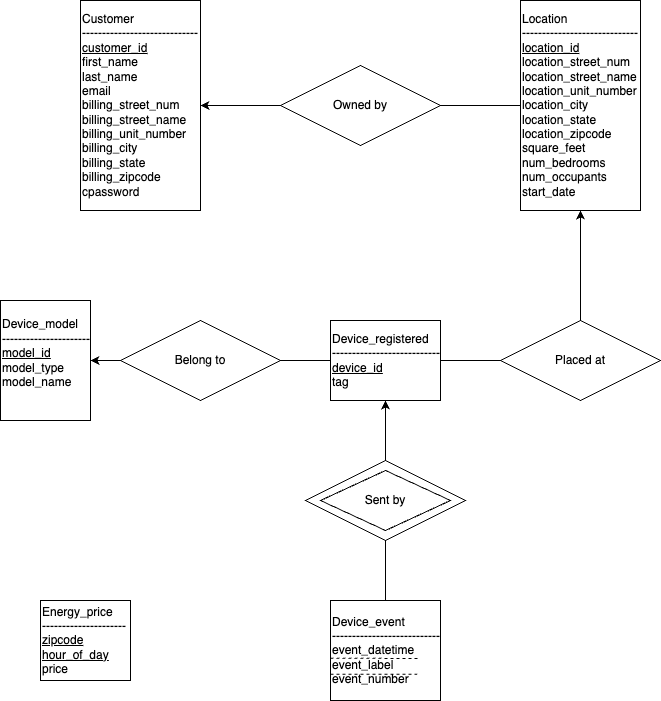
Above: ER-Grams/ER.drawio.png in Wiliiam-RWL/SHEMS (draw.io), before the change. Source tidied: cells renumbered, new cells last; positions are measured from the earlier drawing's top-left corner, leaving out a move shared by most shapes.
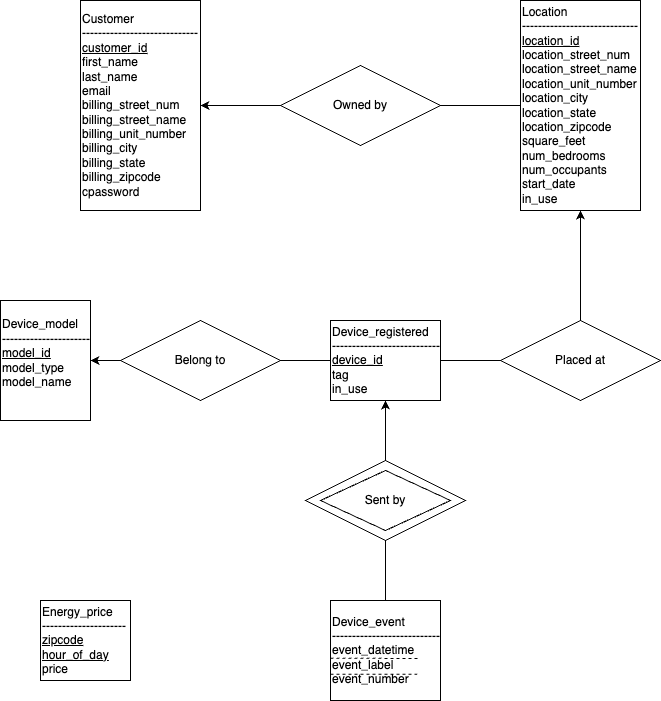
After the change.

The edit, as a diff of the source:
```diff
@@ -5,13 +5,13 @@
     <mxCell id="2" value="&lt;div style=&quot;&quot;&gt;&lt;span style=&quot;background-color: initial;&quot;&gt;Customer&lt;/span&gt;&lt;/div&gt;&lt;div style=&quot;&quot;&gt;&lt;span style=&quot;background-color: initial;&quot;&gt;-----------------------------&lt;/span&gt;&lt;/div&gt;&lt;u&gt;&lt;div style=&quot;&quot;&gt;&lt;u style=&quot;background-color: initial;&quot;&gt;customer_id&lt;/u&gt;&lt;/div&gt;&lt;/u&gt;&lt;div style=&quot;&quot;&gt;&lt;span style=&quot;background-color: initial;&quot;&gt;first_name&lt;/span&gt;&lt;/div&gt;&lt;div style=&quot;&quot;&gt;&lt;span style=&quot;background-color: initial;&quot;&gt;last_name&lt;/span&gt;&lt;/div&gt;&lt;div style=&quot;&quot;&gt;&lt;span style=&quot;background-color: initial;&quot;&gt;email&lt;/span&gt;&lt;/div&gt;&lt;div style=&quot;&quot;&gt;&lt;span style=&quot;background-color: initial;&quot;&gt;billing_street_num&lt;/span&gt;&lt;/div&gt;&lt;div style=&quot;&quot;&gt;&lt;span style=&quot;background-color: initial;&quot;&gt;billing_street_name&lt;/span&gt;&lt;/div&gt;&lt;div style=&quot;&quot;&gt;&lt;span style=&quot;background-color: initial;&quot;&gt;billing_unit_number&lt;/span&gt;&lt;/div&gt;&lt;div style=&quot;&quot;&gt;&lt;span style=&quot;background-color: initial;&quot;&gt;billing_city&lt;/span&gt;&lt;/div&gt;&lt;div style=&quot;&quot;&gt;&lt;span style=&quot;background-color: initial;&quot;&gt;billing_state&lt;/span&gt;&lt;/div&gt;&lt;div style=&quot;&quot;&gt;&lt;span style=&quot;background-color: initial;&quot;&gt;billing_zipcode&lt;/span&gt;&lt;/div&gt;&lt;div style=&quot;&quot;&gt;&lt;span style=&quot;background-color: initial;&quot;&gt;cpassword&lt;/span&gt;&lt;/div&gt;" style="rounded=0;whiteSpace=wrap;html=1;align=left;" parent="1" vertex="1">
       <mxGeometry x="80" width="120" height="210" as="geometry" />
     </mxCell>
-    <mxCell id="3" value="Location&lt;br&gt;-----------------------------&lt;br&gt;&lt;u&gt;location_id&lt;/u&gt;&lt;br&gt;location_street_num&lt;br&gt;location_street_name&lt;br&gt;location_unit_number&lt;br&gt;location_city&lt;br&gt;location_state&lt;br&gt;location_zipcode&lt;br&gt;square_feet&lt;br&gt;num_bedrooms&lt;br&gt;num_occupants&lt;br&gt;start_date" style="rounded=0;whiteSpace=wrap;html=1;align=left;" parent="1" vertex="1">
+    <mxCell id="3" value="Location&lt;br&gt;-----------------------------&lt;br&gt;&lt;u&gt;location_id&lt;/u&gt;&lt;br&gt;location_street_num&lt;br&gt;location_street_name&lt;br&gt;location_unit_number&lt;br&gt;location_city&lt;br&gt;location_state&lt;br&gt;location_zipcode&lt;br&gt;square_feet&lt;br&gt;num_bedrooms&lt;br&gt;num_occupants&lt;br&gt;start_date&lt;br&gt;in_use" style="rounded=0;whiteSpace=wrap;html=1;align=left;" parent="1" vertex="1">
       <mxGeometry x="520" width="120" height="210" as="geometry" />
     </mxCell>
     <mxCell id="4" value="&lt;div style=&quot;&quot;&gt;Device_model&lt;/div&gt;&lt;div style=&quot;&quot;&gt;&lt;span style=&quot;background-color: initial;&quot;&gt;----------------------&lt;/span&gt;&lt;/div&gt;&lt;div style=&quot;text-decoration-line: underline;&quot;&gt;model_id&lt;/div&gt;&lt;div style=&quot;&quot;&gt;model_type&lt;/div&gt;&lt;div style=&quot;&quot;&gt;model_name&lt;/div&gt;&lt;div style=&quot;&quot;&gt;&lt;br&gt;&lt;/div&gt;" style="rounded=0;whiteSpace=wrap;html=1;align=left;" parent="1" vertex="1">
       <mxGeometry y="300" width="90" height="120" as="geometry" />
     </mxCell>
-    <mxCell id="5" value="&lt;div style=&quot;&quot;&gt;Device_registered&lt;/div&gt;&lt;div style=&quot;&quot;&gt;&lt;span style=&quot;background-color: initial;&quot;&gt;---------------------------&lt;/span&gt;&lt;/div&gt;&lt;div style=&quot;text-decoration-line: underline;&quot;&gt;device_id&lt;/div&gt;&lt;div style=&quot;&quot;&gt;tag&lt;/div&gt;" style="rounded=0;whiteSpace=wrap;html=1;align=left;" parent="1" vertex="1">
+    <mxCell id="5" value="&lt;div style=&quot;&quot;&gt;Device_registered&lt;/div&gt;&lt;div style=&quot;&quot;&gt;&lt;span style=&quot;background-color: initial;&quot;&gt;---------------------------&lt;/span&gt;&lt;/div&gt;&lt;div style=&quot;text-decoration-line: underline;&quot;&gt;device_id&lt;/div&gt;&lt;div style=&quot;&quot;&gt;tag&lt;/div&gt;&lt;div style=&quot;&quot;&gt;in_use&lt;/div&gt;" style="rounded=0;whiteSpace=wrap;html=1;align=left;" parent="1" vertex="1">
       <mxGeometry x="330" y="320" width="110" height="80" as="geometry" />
     </mxCell>
     <mxCell id="6" value="&lt;div style=&quot;&quot;&gt;Device_event&lt;/div&gt;&lt;div style=&quot;&quot;&gt;&lt;span style=&quot;background-color: initial;&quot;&gt;---------------------------&lt;/span&gt;&lt;/div&gt;&lt;div style=&quot;&quot;&gt;event_datetime&lt;/div&gt;&lt;div style=&quot;&quot;&gt;event_label&lt;/div&gt;&lt;div style=&quot;&quot;&gt;event_number&lt;/div&gt;" style="rounded=0;whiteSpace=wrap;html=1;align=left;" parent="1" vertex="1">
```
